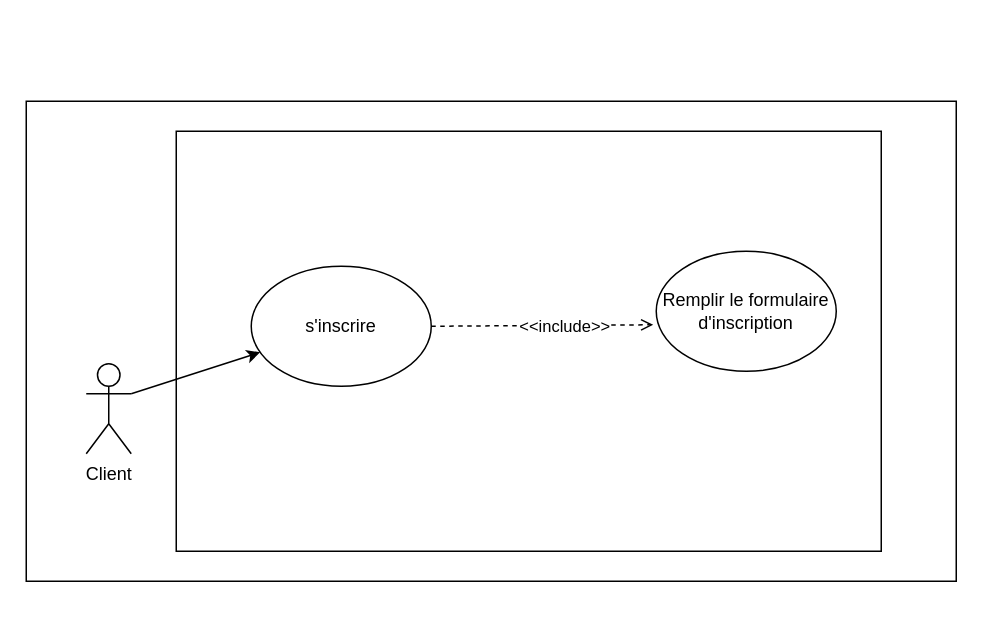
Above: c.drawio in labidimahdi/diagrams (draw.io), before the change. Source tidied: cells renumbered, new cells numbered last; positions are measured from the earlier drawing's top-left corner, leaving out a move shared by most shapes. Both pictures are drawn from the tidied source at 150%, with x=0, y=0 at pixel (26, 100).
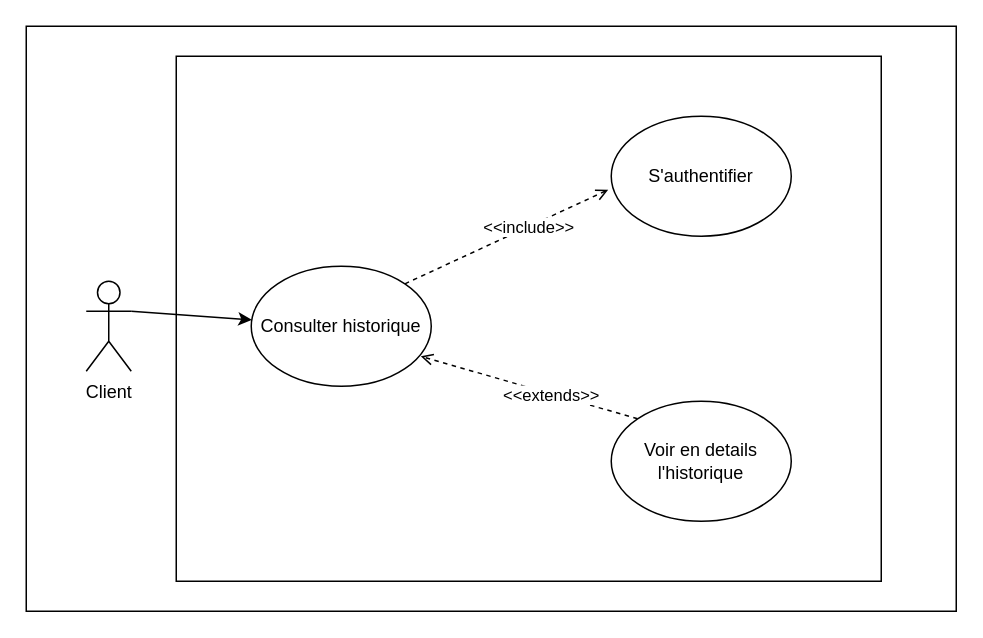
Above is the later version.

Commit message (it also covers changes not shown here):
Mettre à jour c.drawio

What changed in the source:
```diff
@@
 <mxGraphModel>
   <root>
     <mxCell id="0" />
     <mxCell id="1" parent="0" />
     <mxCell id="2" style="rounded=0;whiteSpace=wrap;html=1;" parent="1" vertex="1">
-      <mxGeometry width="620" height="320" as="geometry" />
+      <mxGeometry y="-50" width="620" height="390" as="geometry" />
     </mxCell>
     <mxCell id="3" style="rounded=0;whiteSpace=wrap;html=1;" parent="1" vertex="1">
-      <mxGeometry x="100" y="20" width="470" height="280" as="geometry" />
+      <mxGeometry x="100" y="-30" width="470" height="350" as="geometry" />
     </mxCell>
     <mxCell id="4" style="rounded=0;jettySize=auto;html=1;exitX=1;exitY=0.3333333333333333;exitDx=0;exitDy=0;exitPerimeter=0;" parent="1" edge="1" source="5" target="8">
       <mxGeometry relative="1" as="geometry" />
     </mxCell>
     <mxCell id="5" value="Client" style="shape=umlActor;verticalLabelPosition=bottom;verticalAlign=top;html=1;outlineConnect=0;" parent="1" vertex="1">
-      <mxGeometry x="40" y="175" width="30" height="60" as="geometry" />
+      <mxGeometry x="40" y="120" width="30" height="60" as="geometry" />
     </mxCell>
-    <mxCell id="6" style="rounded=0;jettySize=auto;html=1;exitX=1;exitY=0.5;exitDx=0;exitDy=0;entryX=-0.017;entryY=0.613;entryDx=0;entryDy=0;entryPerimeter=0;dashed=1;endArrow=open;endFill=0;" parent="1" edge="1" source="8" target="9">
+    <mxCell id="6" style="rounded=0;jettySize=auto;html=1;exitX=1;exitY=0;exitDx=0;exitDy=0;entryX=-0.017;entryY=0.613;entryDx=0;entryDy=0;entryPerimeter=0;dashed=1;endArrow=open;endFill=0;" parent="1" edge="1" source="8" target="9">
       <mxGeometry relative="1" as="geometry" />
     </mxCell>
     <mxCell id="7" value="&amp;lt;&amp;lt;include&amp;gt;&amp;gt;" style="edgeLabel;html=1;align=center;verticalAlign=middle;" parent="6" vertex="1">
       <mxGeometry x="0.2" relative="1" as="geometry" />
     </mxCell>
-    <mxCell id="8" value="s'inscrire" style="ellipse;whiteSpace=wrap;html=1;" parent="1" vertex="1">
+    <mxCell id="8" value="Consulter historique" style="ellipse;whiteSpace=wrap;html=1;" parent="1" vertex="1">
       <mxGeometry x="150" y="110" width="120" height="80" as="geometry" />
     </mxCell>
+    <mxCell id="10" style="rounded=0;jettySize=auto;html=1;exitX=0;exitY=0;exitDx=0;exitDy=0;entryX=0.942;entryY=0.75;entryDx=0;entryDy=0;entryPerimeter=0;dashed=1;endArrow=open;endFill=0;" parent="1" edge="1" source="12" target="8">
+      <mxGeometry relative="1" as="geometry" />
+    </mxCell>
+    <mxCell id="11" value="&amp;lt;&amp;lt;extends&amp;gt;&amp;gt;" style="edgeLabel;html=1;align=center;verticalAlign=middle;" parent="10" vertex="1">
+      <mxGeometry x="-0.2" relative="1" as="geometry" />
+    </mxCell>
+    <mxCell id="12" value="Voir en details l'historique" style="ellipse;whiteSpace=wrap;html=1;" parent="1" vertex="1">
+      <mxGeometry x="390" y="200" width="120" height="80" as="geometry" />
+    </mxCell>
-    <mxCell id="9" value="Remplir le formulaire d'inscription" style="ellipse;whiteSpace=wrap;html=1;" parent="1" vertex="1">
-      <mxGeometry x="420" y="100" width="120" height="80" as="geometry" />
+    <mxCell id="9" value="S'authentifier" style="ellipse;whiteSpace=wrap;html=1;" parent="1" vertex="1">
+      <mxGeometry x="390" y="10" width="120" height="80" as="geometry" />
     </mxCell>
   </root>
 </mxGraphModel>
```
